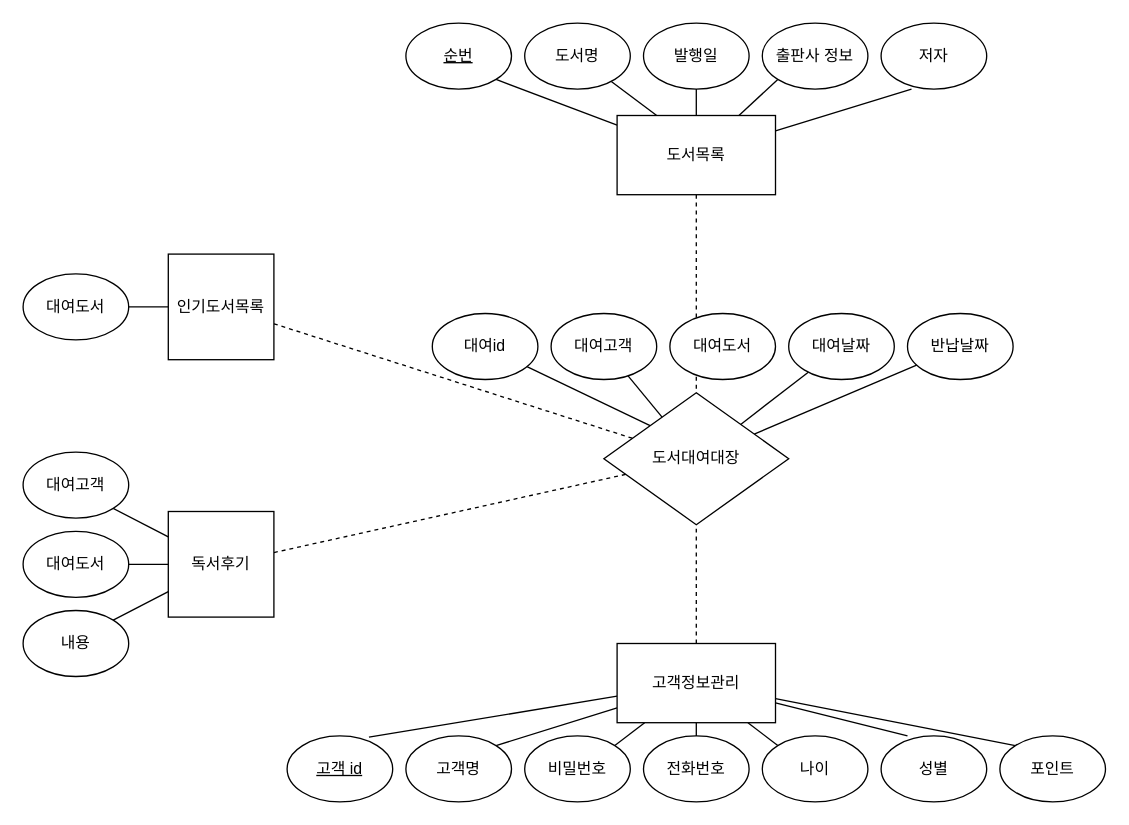
This is 02.문제/18강_데이터베이스 설계_문제.drawio from arsene-03/ORACLE, a draw.io file, before an edit. Source tidied: cells renumbered, new cells numbered last; positions are measured from the earlier drawing's top-left corner, leaving out a move shared by most shapes. Both pictures are drawn from the tidied source at 132%, with x=0, y=0 at pixel (22, 22).
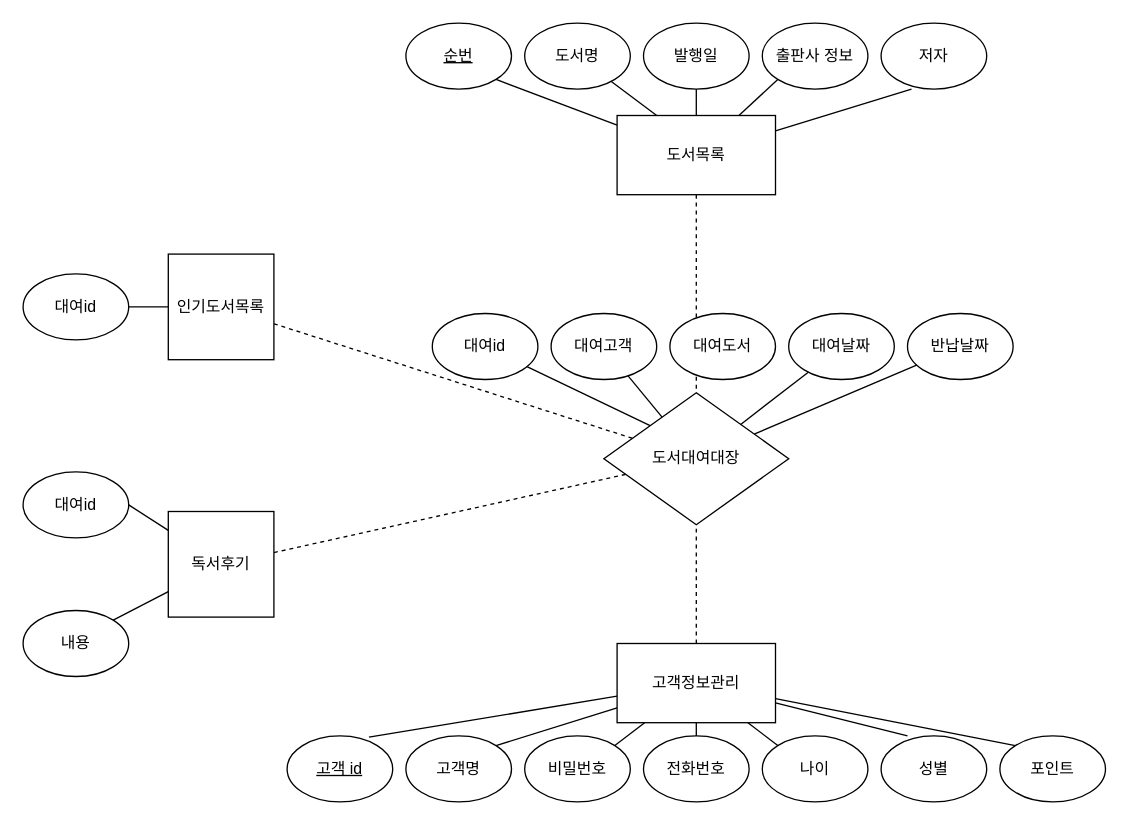
After the change.

Unchanged cells that the change refers to:
```xml
<mxCell id="43" value="독서후기" style="whiteSpace=wrap;html=1;" parent="1" vertex="1">
  <mxGeometry x="110" y="370" width="80" height="80" as="geometry" />
</mxCell>
```

The edit, as a diff of the source:
```diff
@@
-    <mxCell id="44" style="edgeStyle=none;rounded=0;jettySize=auto;html=1;endArrow=none;endFill=0;exitX=1;exitY=1;exitDx=0;exitDy=0;" parent="1" edge="1" source="45" target="43">
-      <mxGeometry relative="1" as="geometry" />
-    </mxCell>
-    <mxCell id="45" value="대여고객" style="ellipse;whiteSpace=wrap;html=1;" parent="1" vertex="1">
-      <mxGeometry y="325" width="80" height="50" as="geometry" />
-    </mxCell>
@@
-    <mxCell id="47" value="대여도서" style="ellipse;whiteSpace=wrap;html=1;" parent="1" vertex="1">
-      <mxGeometry y="385" width="80" height="50" as="geometry" />
+    <mxCell id="47" value="대여id" style="ellipse;whiteSpace=wrap;html=1;" parent="1" vertex="1">
+      <mxGeometry y="340" width="80" height="50" as="geometry" />
     </mxCell>
-    <mxCell id="48" value="대여도서" style="ellipse;whiteSpace=wrap;html=1;" parent="1" vertex="1">
+    <mxCell id="48" value="대여id" style="ellipse;whiteSpace=wrap;html=1;" parent="1" vertex="1">
       <mxGeometry y="190" width="80" height="50" as="geometry" />
     </mxCell>
```
